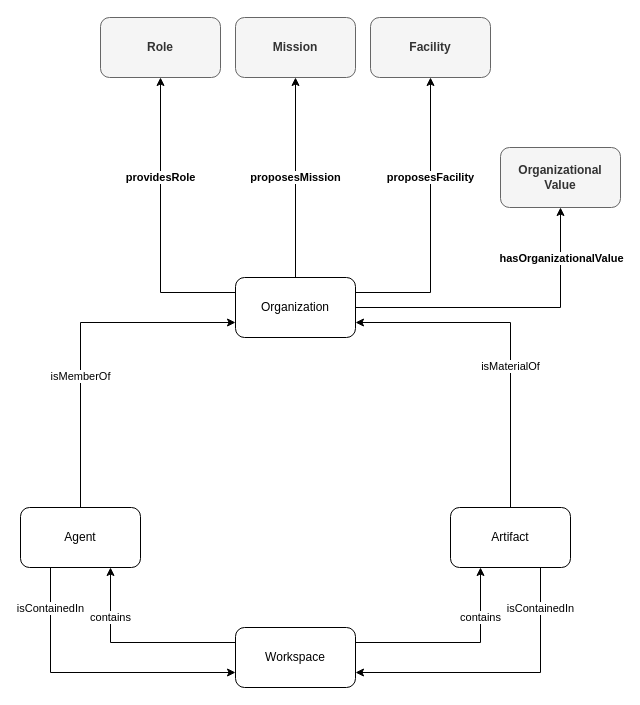
Before: domains/logistics/create-organization/create-organization.drawio in HyperAgents/hmas, a draw.io diagram. Source tidied: cells renumbered, new cells numbered last; positions are measured from the earlier drawing's top-left corner, leaving out a move shared by most shapes. Both pictures are drawn from the tidied source at 100%, with x=0, y=0 at pixel (20, 17).
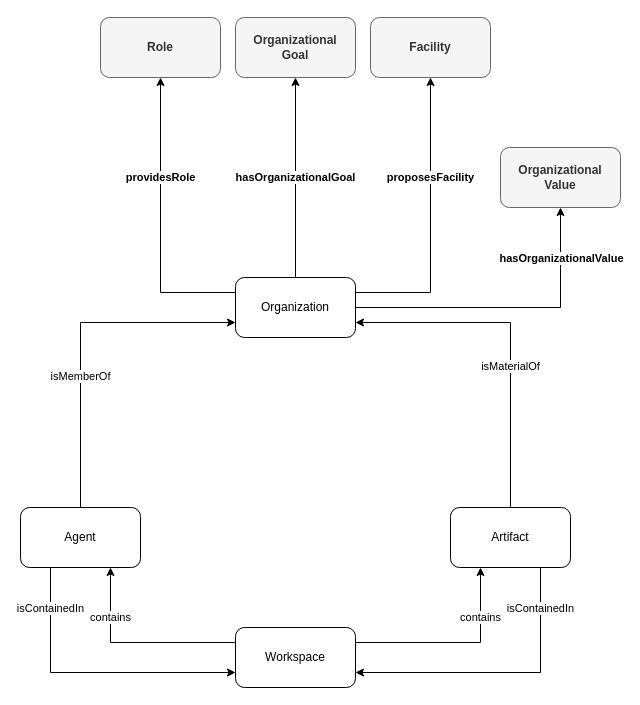
After the change.

The change refers to these unchanged cells:
```xml
<mxCell id="7" value="Organization" style="rounded=1;whiteSpace=wrap;html=1;" parent="1" vertex="1">
  <mxGeometry x="215" y="260" width="120" height="60" as="geometry" />
</mxCell>
```

The edit, as a diff of the source:
```diff
@@
-    <mxCell id="3" value="proposesMission" style="edgeStyle=orthogonalEdgeStyle;rounded=0;jettySize=auto;html=1;exitX=0.5;exitY=0;exitDx=0;exitDy=0;entryX=0.5;entryY=1;entryDx=0;entryDy=0;fontStyle=1;" parent="1" edge="1" source="7" target="9">
+    <mxCell id="3" value="hasOrganizationalGoal" style="edgeStyle=orthogonalEdgeStyle;rounded=0;jettySize=auto;html=1;exitX=0.5;exitY=0;exitDx=0;exitDy=0;entryX=0.5;entryY=1;entryDx=0;entryDy=0;fontStyle=1;" parent="1" edge="1" source="7" target="9">
       <mxGeometry relative="1" as="geometry" />
     </mxCell>
@@
-    <mxCell id="9" value="Mission" style="rounded=1;whiteSpace=wrap;html=1;fillColor=#f5f5f5;fontColor=#333333;strokeColor=#666666;fontStyle=1;" parent="1" vertex="1">
+    <mxCell id="9" value="Organizational&lt;br&gt;Goal" style="rounded=1;whiteSpace=wrap;html=1;fillColor=#f5f5f5;fontColor=#333333;strokeColor=#666666;fontStyle=1;" parent="1" vertex="1">
       <mxGeometry x="215" width="120" height="60" as="geometry" />
     </mxCell>
```
